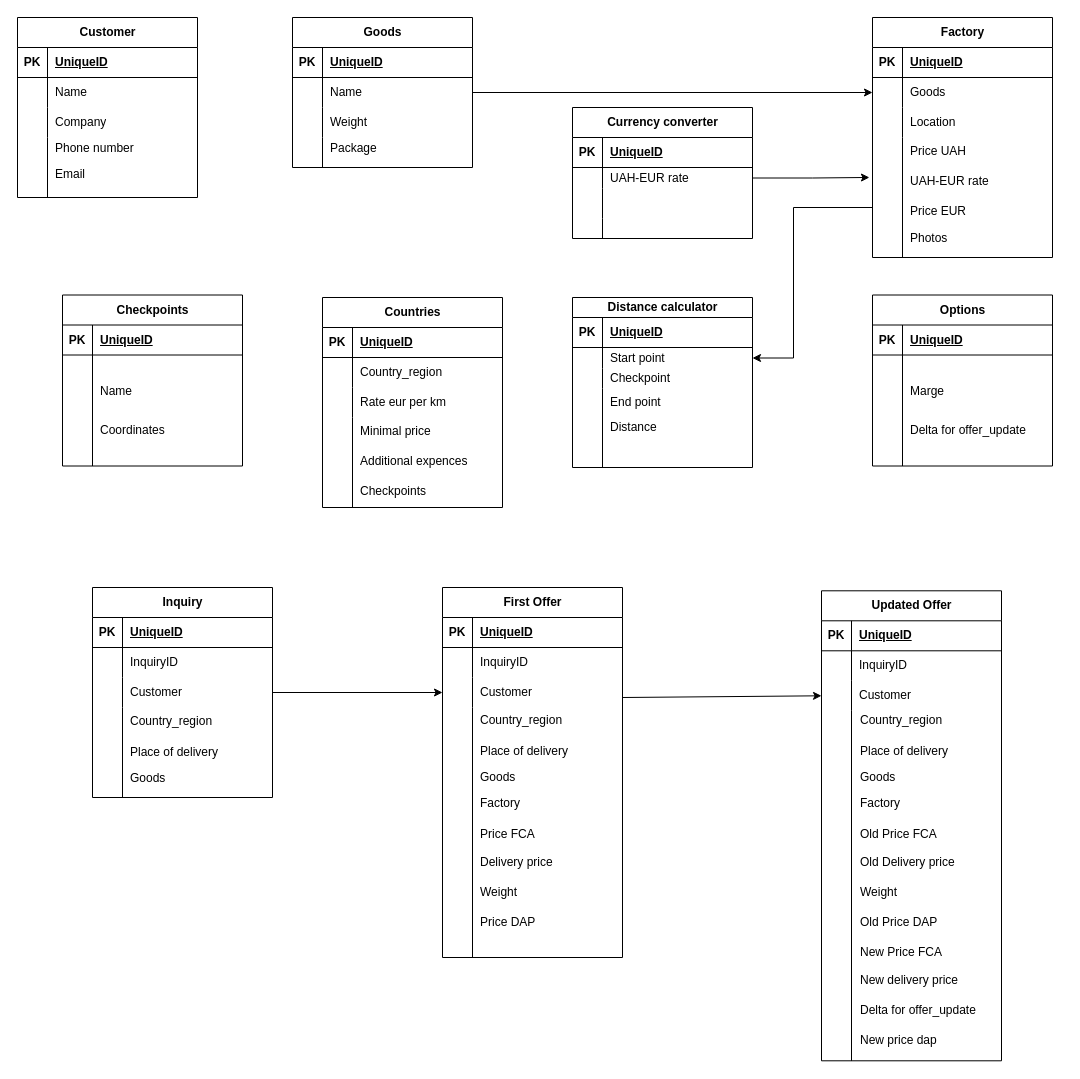
ratundo/pellets keeps this draw.io diagram as docs/Relations.drawio. Above is the earlier version. Source tidied: cells renumbered, new cells numbered last; positions are measured from the earlier drawing's top-left corner, leaving out a move shared by most shapes. Both pictures are drawn from the tidied source at 100%, with x=0, y=0 at pixel (17, 17).
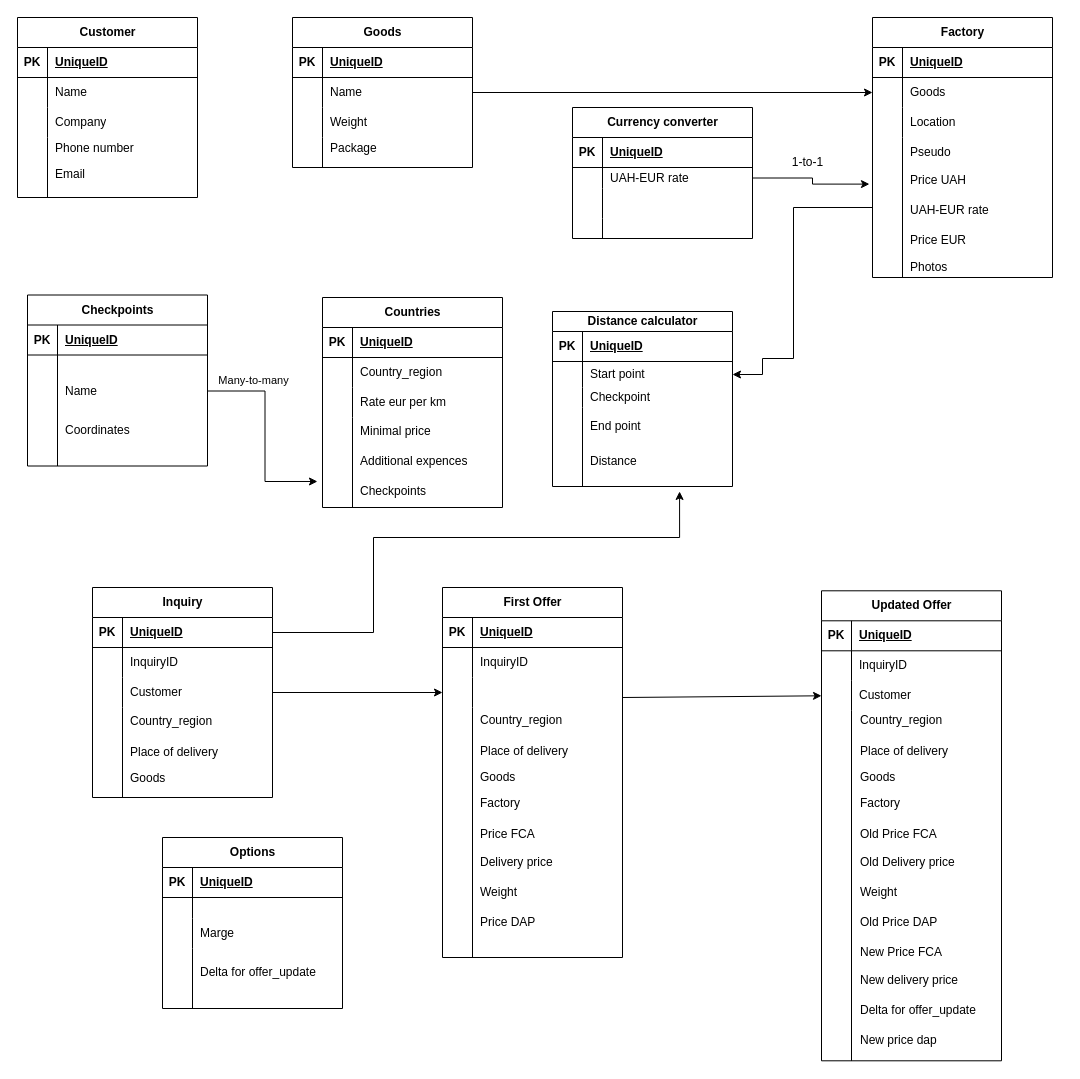
The same page after the edit.

Unchanged cells that the change refers to:
```xml
<mxCell id="2" style="group;" parent="1" vertex="1">
  <mxGeometry x="855" width="180" height="231" as="geometry" />
</mxCell>
<mxCell id="7" style="shape=tableRow;horizontal=0;startSize=0;swimlaneHead=0;swimlaneBody=0;fillColor=none;points=[[0,0.5],[1,0.5]];portConstraint=eastwest;top=0;left=0;right=0;bottom=0;" parent="3" vertex="1">
  <mxGeometry y="60" width="180" height="30" as="geometry" />
</mxCell>
<mxCell id="39" style="shape=tableRow;horizontal=0;startSize=0;swimlaneHead=0;swimlaneBody=0;fillColor=none;points=[[0,0.5],[1,0.5]];portConstraint=eastwest;top=0;left=0;right=0;bottom=1;" parent="38" vertex="1">
  <mxGeometry y="30" width="180" height="30" as="geometry" />
</mxCell>
<mxCell id="67" style="shape=tableRow;horizontal=0;startSize=0;swimlaneHead=0;swimlaneBody=0;fillColor=none;points=[[0,0.5],[1,0.5]];portConstraint=eastwest;top=0;left=0;right=0;bottom=0;" parent="60" vertex="1">
  <mxGeometry y="90" width="180" height="30" as="geometry" />
</mxCell>
<mxCell id="108" value="Goods" style="shape=table;startSize=30;childLayout=tableLayout;rowLines=0;fontStyle=1;align=center;html=1;" parent="107" vertex="1">
  <mxGeometry width="180" height="150" as="geometry" />
</mxCell>
<mxCell id="133" style="shape=tableRow;horizontal=0;startSize=0;swimlaneHead=0;swimlaneBody=0;fillColor=none;points=[[0,0.5],[1,0.5]];portConstraint=eastwest;top=0;left=0;right=0;bottom=0;" parent="123" vertex="1">
  <mxGeometry y="120" width="180" height="90" as="geometry" />
</mxCell>
<mxCell id="145" style="shape=tableRow;horizontal=0;startSize=0;swimlaneHead=0;swimlaneBody=0;fillColor=none;points=[[0,0.5],[1,0.5]];portConstraint=eastwest;top=0;left=0;right=0;bottom=0;" parent="141" vertex="1">
  <mxGeometry y="60" width="180" height="21" as="geometry" />
</mxCell>
<mxCell id="163" style="shape=tableRow;horizontal=0;startSize=0;swimlaneHead=0;swimlaneBody=0;fillColor=none;points=[[0,0.5],[1,0.5]];portConstraint=eastwest;top=0;left=0;right=0;bottom=0;" parent="156" vertex="1">
  <mxGeometry y="81" width="180" height="30" as="geometry" />
</mxCell>
<mxCell id="171" style="group;" parent="170" vertex="1">
  <mxGeometry x="-310" width="180" height="170" as="geometry" />
</mxCell>
```

Change to the diagram source:
```diff
@@
     <mxCell id="3" value="Factory" style="shape=table;startSize=30;childLayout=tableLayout;rowLines=0;fontStyle=1;align=center;html=1;" parent="2" vertex="1">
-      <mxGeometry width="180" height="240" as="geometry" />
+      <mxGeometry width="180" height="260" as="geometry" />
     </mxCell>
@@
     <mxCell id="13" style="shape=tableRow;horizontal=0;startSize=0;swimlaneHead=0;swimlaneBody=0;fillColor=none;points=[[0,0.5],[1,0.5]];portConstraint=eastwest;top=0;left=0;right=0;bottom=0;" parent="3" vertex="1">
-      <mxGeometry y="120" width="180" height="120" as="geometry" />
+      <mxGeometry y="120" width="180" height="140" as="geometry" />
     </mxCell>
     <mxCell id="14" style="shape=partialRectangle;fillColor=none;top=0;left=0;bottom=0;right=0;overflow=hidden;whiteSpace=wrap;html=1;" parent="13" vertex="1">
-      <mxGeometry width="30" height="120" as="geometry" />
+      <mxGeometry width="30" height="140" as="geometry" />
     </mxCell>
     <mxCell id="15" style="shape=partialRectangle;fillColor=none;top=0;left=0;bottom=0;right=0;align=left;spacingLeft=6;overflow=hidden;whiteSpace=wrap;html=1;" parent="13" vertex="1">
-      <mxGeometry x="30" width="150" height="120" as="geometry" />
+      <mxGeometry x="30" width="150" height="140" as="geometry" />
     </mxCell>
-    <mxCell id="16" value="Price UAH" style="shape=partialRectangle;fillColor=none;top=0;left=0;bottom=0;right=0;align=left;spacingLeft=6;overflow=hidden;whiteSpace=wrap;html=1;" parent="2" vertex="1">
-      <mxGeometry x="30" y="119" width="150" height="30" as="geometry" />
-    </mxCell>
-    <mxCell id="17" value="Photos " style="shape=partialRectangle;fillColor=none;top=0;left=0;bottom=0;right=0;align=left;spacingLeft=6;overflow=hidden;whiteSpace=wrap;html=1;" parent="2" vertex="1">
-      <mxGeometry x="30" y="210" width="150" height="21" as="geometry" />
-    </mxCell>
-    <mxCell id="18" value="&lt;div&gt;UAH-EUR rate&lt;/div&gt;" style="shape=partialRectangle;fillColor=none;top=0;left=0;bottom=0;right=0;align=left;spacingLeft=6;overflow=hidden;whiteSpace=wrap;html=1;" parent="2" vertex="1">
-      <mxGeometry x="30" y="149" width="150" height="30" as="geometry" />
-    </mxCell>
-    <mxCell id="19" value="Price EUR" style="shape=partialRectangle;fillColor=none;top=0;left=0;bottom=0;right=0;align=left;spacingLeft=6;overflow=hidden;whiteSpace=wrap;html=1;" parent="2" vertex="1">
-      <mxGeometry x="30" y="179" width="150" height="30" as="geometry" />
-    </mxCell>
+    <mxCell id="206" value="Pseudo" style="shape=partialRectangle;fillColor=none;top=0;left=0;bottom=0;right=0;align=left;spacingLeft=6;overflow=hidden;whiteSpace=wrap;html=1;" parent="2" vertex="1">
+      <mxGeometry x="30" y="120" width="150" height="30" as="geometry" />
+    </mxCell>
@@
-    <mxCell id="69" value="Customer" style="shape=partialRectangle;fillColor=none;top=0;left=0;bottom=0;right=0;align=left;spacingLeft=6;overflow=hidden;whiteSpace=wrap;html=1;" parent="67" vertex="1">
+    <mxCell id="69" style="shape=partialRectangle;fillColor=none;top=0;left=0;bottom=0;right=0;align=left;spacingLeft=6;overflow=hidden;whiteSpace=wrap;html=1;" parent="67" vertex="1">
       <mxGeometry x="30" width="150" height="30" as="geometry" />
     </mxCell>
@@
     <mxCell id="154" style="group;" parent="1" vertex="1">
-      <mxGeometry x="35" y="282.5" width="190" height="180" as="geometry" />
+      <mxGeometry y="282.5" width="190" height="180" as="geometry" />
     </mxCell>
@@
     <mxCell id="170" style="group;" parent="1" vertex="1">
-      <mxGeometry x="865" y="280" width="180" height="182.5" as="geometry" />
+      <mxGeometry x="845" y="294" width="180" height="182.5" as="geometry" />
     </mxCell>
@@
     <mxCell id="172" value="Distance calculator" style="shape=table;startSize=20;childLayout=tableLayout;rowLines=0;fontStyle=1;align=center;html=1;" parent="171" vertex="1">
-      <mxGeometry width="180" height="170" as="geometry" />
+      <mxGeometry width="180" height="175" as="geometry" />
     </mxCell>
@@
     <mxCell id="176" style="shape=tableRow;horizontal=0;startSize=0;swimlaneHead=0;swimlaneBody=0;fillColor=none;points=[[0,0.5],[1,0.5]];portConstraint=eastwest;top=0;left=0;right=0;bottom=0;" parent="172" vertex="1">
-      <mxGeometry y="50" width="180" height="21" as="geometry" />
+      <mxGeometry y="50" width="180" height="26" as="geometry" />
     </mxCell>
     <mxCell id="177" style="shape=partialRectangle;fillColor=none;top=0;left=0;bottom=0;right=0;overflow=hidden;whiteSpace=wrap;html=1;" parent="176" vertex="1">
-      <mxGeometry width="30" height="21" as="geometry" />
+      <mxGeometry width="30" height="26" as="geometry" />
     </mxCell>
     <mxCell id="178" value="Start point" style="shape=partialRectangle;fillColor=none;top=0;left=0;bottom=0;right=0;align=left;spacingLeft=6;overflow=hidden;whiteSpace=wrap;html=1;" parent="176" vertex="1">
-      <mxGeometry x="30" width="150" height="21" as="geometry" />
+      <mxGeometry x="30" width="150" height="26" as="geometry" />
     </mxCell>
     <mxCell id="179" style="shape=tableRow;horizontal=0;startSize=0;swimlaneHead=0;swimlaneBody=0;fillColor=none;top=0;left=0;right=0;bottom=0;" parent="172" vertex="1">
-      <mxGeometry y="71" width="180" height="20" as="geometry" />
+      <mxGeometry y="76" width="180" height="20" as="geometry" />
     </mxCell>
@@
     <mxCell id="182" style="shape=tableRow;horizontal=0;startSize=0;swimlaneHead=0;swimlaneBody=0;fillColor=none;points=[[0,0.5],[1,0.5]];portConstraint=eastwest;top=0;left=0;right=0;bottom=0;" parent="172" vertex="1">
-      <mxGeometry y="91" width="180" height="79" as="geometry" />
+      <mxGeometry y="96" width="180" height="79" as="geometry" />
     </mxCell>
@@
     <mxCell id="185" value="End point" style="shape=partialRectangle;fillColor=none;top=0;left=0;bottom=0;right=0;align=left;spacingLeft=6;overflow=hidden;whiteSpace=wrap;html=1;" parent="171" vertex="1">
-      <mxGeometry x="30" y="95" width="150" height="20" as="geometry" />
+      <mxGeometry x="30" y="105" width="150" height="20" as="geometry" />
     </mxCell>
     <mxCell id="186" value="Distance" style="shape=partialRectangle;fillColor=none;top=0;left=0;bottom=0;right=0;align=left;spacingLeft=6;overflow=hidden;whiteSpace=wrap;html=1;" parent="171" vertex="1">
-      <mxGeometry x="30" y="120" width="150" height="20" as="geometry" />
+      <mxGeometry x="30" y="140" width="150" height="20" as="geometry" />
     </mxCell>
-    <mxCell id="187" style="group;" parent="170" vertex="1">
-      <mxGeometry x="-20" y="2.5" width="190" height="180" as="geometry" />
-    </mxCell>
-    <mxCell id="188" style="group;" parent="187" vertex="1">
-      <mxGeometry x="10" y="-5" width="180" height="180" as="geometry" />
-    </mxCell>
+    <mxCell id="203" style="edgeStyle=orthogonalEdgeStyle;rounded=0;jettySize=auto;html=1;entryX=0;entryY=0.5;entryDx=0;entryDy=0;" parent="1" edge="1" source="108" target="7">
+      <mxGeometry relative="1" as="geometry" />
+    </mxCell>
+    <mxCell id="204" style="edgeStyle=orthogonalEdgeStyle;rounded=0;jettySize=auto;html=1;entryX=-0.017;entryY=0.333;entryDx=0;entryDy=0;entryPerimeter=0;" parent="1" edge="1" source="145" target="13">
+      <mxGeometry relative="1" as="geometry" />
+    </mxCell>
+    <mxCell id="205" style="edgeStyle=orthogonalEdgeStyle;rounded=0;jettySize=auto;html=1;entryX=1;entryY=0.5;entryDx=0;entryDy=0;" parent="1" edge="1" target="176">
+      <mxGeometry relative="1" as="geometry">
+        <mxPoint x="855" y="190" as="sourcePoint" />
+        <Array as="points">
+          <mxPoint x="776" y="190" />
+          <mxPoint x="776" y="341" />
+          <mxPoint x="745" y="341" />
+          <mxPoint x="745" y="357" />
+        </Array>
+      </mxGeometry>
+    </mxCell>
+    <mxCell id="16" value="Price UAH" style="shape=partialRectangle;fillColor=none;top=0;left=0;bottom=0;right=0;align=left;spacingLeft=6;overflow=hidden;whiteSpace=wrap;html=1;" parent="1" vertex="1">
+      <mxGeometry x="885" y="148" width="150" height="30" as="geometry" />
+    </mxCell>
+    <mxCell id="18" value="&lt;div&gt;UAH-EUR rate&lt;/div&gt;" style="shape=partialRectangle;fillColor=none;top=0;left=0;bottom=0;right=0;align=left;spacingLeft=6;overflow=hidden;whiteSpace=wrap;html=1;" parent="1" vertex="1">
+      <mxGeometry x="885" y="178" width="150" height="30" as="geometry" />
+    </mxCell>
+    <mxCell id="19" value="Price EUR" style="shape=partialRectangle;fillColor=none;top=0;left=0;bottom=0;right=0;align=left;spacingLeft=6;overflow=hidden;whiteSpace=wrap;html=1;" parent="1" vertex="1">
+      <mxGeometry x="885" y="208" width="150" height="30" as="geometry" />
+    </mxCell>
+    <mxCell id="17" value="Photos " style="shape=partialRectangle;fillColor=none;top=0;left=0;bottom=0;right=0;align=left;spacingLeft=6;overflow=hidden;whiteSpace=wrap;html=1;" parent="1" vertex="1">
+      <mxGeometry x="885" y="239" width="150" height="21" as="geometry" />
+    </mxCell>
+    <mxCell id="207" value="1-to-1" style="text;html=1;align=center;verticalAlign=middle;strokeColor=none;fillColor=none;" parent="1" vertex="1">
+      <mxGeometry x="765" y="130" width="50" height="30" as="geometry" />
+    </mxCell>
+    <mxCell id="208" style="edgeStyle=orthogonalEdgeStyle;rounded=0;jettySize=auto;html=1;entryX=-0.028;entryY=0.711;entryDx=0;entryDy=0;entryPerimeter=0;" parent="1" edge="1" source="163" target="133">
+      <mxGeometry relative="1" as="geometry" />
+    </mxCell>
+    <mxCell id="209" value="Many-to-many" style="edgeLabel;html=1;align=center;verticalAlign=middle;" parent="208" vertex="1">
+      <mxGeometry x="-0.71" y="-1" relative="1" as="geometry">
+        <mxPoint x="16" y="-12" as="offset" />
+      </mxGeometry>
+    </mxCell>
+    <mxCell id="210" style="edgeStyle=orthogonalEdgeStyle;rounded=0;jettySize=auto;html=1;entryX=0.706;entryY=1.063;entryDx=0;entryDy=0;entryPerimeter=0;" parent="1" edge="1" source="39" target="182">
+      <mxGeometry relative="1" as="geometry">
+        <Array as="points">
+          <mxPoint x="356" y="615" />
+          <mxPoint x="356" y="520" />
+          <mxPoint x="662" y="520" />
+        </Array>
+      </mxGeometry>
+    </mxCell>
-    <mxCell id="189" value="Options" style="shape=table;startSize=30;childLayout=tableLayout;rowLines=0;fontStyle=1;align=center;html=1;" parent="188" vertex="1">
-      <mxGeometry width="180" height="171" as="geometry" />
+    <mxCell id="189" value="Options" style="shape=table;startSize=30;childLayout=tableLayout;rowLines=0;fontStyle=1;align=center;html=1;" parent="1" vertex="1">
+      <mxGeometry x="145" y="820" width="180" height="171" as="geometry" />
     </mxCell>
@@
-    <mxCell id="202" value="Delta for offer_update" style="shape=partialRectangle;fillColor=none;top=0;left=0;bottom=0;right=0;align=left;spacingLeft=6;overflow=hidden;whiteSpace=wrap;html=1;" parent="188" vertex="1">
-      <mxGeometry x="30" y="120" width="150" height="30" as="geometry" />
+    <mxCell id="202" value="Delta for offer_update" style="shape=partialRectangle;fillColor=none;top=0;left=0;bottom=0;right=0;align=left;spacingLeft=6;overflow=hidden;whiteSpace=wrap;html=1;" parent="1" vertex="1">
+      <mxGeometry x="175" y="940" width="150" height="30" as="geometry" />
     </mxCell>
-    <mxCell id="203" style="edgeStyle=orthogonalEdgeStyle;rounded=0;jettySize=auto;html=1;entryX=0;entryY=0.5;entryDx=0;entryDy=0;" parent="1" edge="1" source="108" target="7">
-      <mxGeometry relative="1" as="geometry" />
-    </mxCell>
-    <mxCell id="204" style="edgeStyle=orthogonalEdgeStyle;rounded=0;jettySize=auto;html=1;entryX=-0.017;entryY=0.333;entryDx=0;entryDy=0;entryPerimeter=0;" parent="1" edge="1" source="145" target="13">
-      <mxGeometry relative="1" as="geometry" />
-    </mxCell>
-    <mxCell id="205" style="edgeStyle=orthogonalEdgeStyle;rounded=0;jettySize=auto;html=1;entryX=1;entryY=0.5;entryDx=0;entryDy=0;" parent="1" edge="1" target="176">
-      <mxGeometry relative="1" as="geometry">
-        <mxPoint x="855" y="190" as="sourcePoint" />
-        <Array as="points">
-          <mxPoint x="776" y="190" />
-          <mxPoint x="776" y="341" />
-        </Array>
-      </mxGeometry>
-    </mxCell>
```
